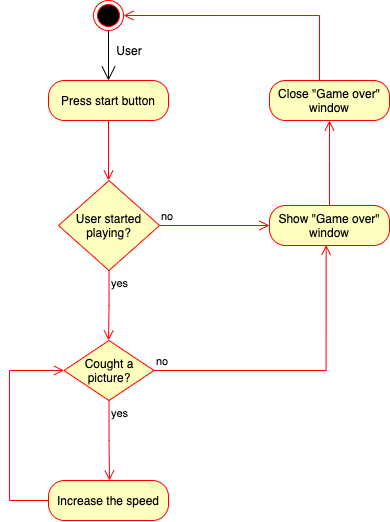
HeliHaavisto/diagrams keeps this draw.io diagram as Activity.png. Above is the earlier version. Source tidied: cells renumbered, new cells last; positions are measured from the earlier drawing's top-left corner, leaving out a move shared by most shapes.
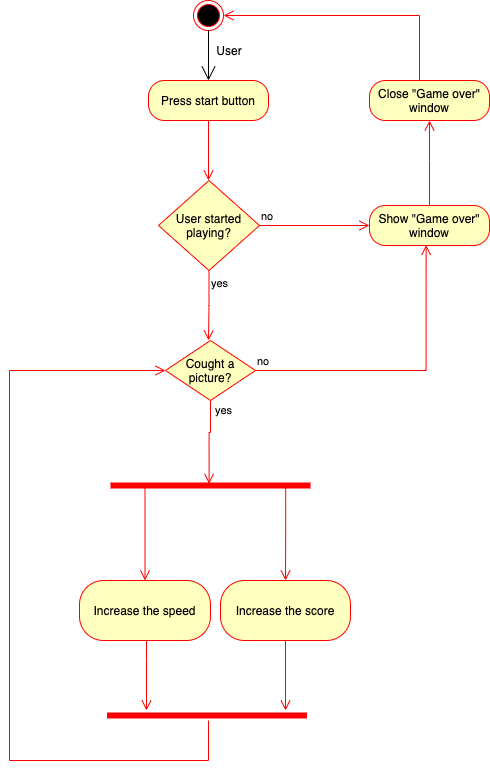
After the commit.

Commit message:
Added increase score into Activity.png

What changed in the source:
```diff
@@ -52,7 +52,7 @@
       </mxGeometry>
     </mxCell>
     <mxCell id="14" value="Cought a picture?" style="rhombus;whiteSpace=wrap;html=1;fillColor=#ffffc0;strokeColor=#ff0000;" parent="1" vertex="1">
-      <mxGeometry x="54.5" y="340" width="90" height="60" as="geometry" />
+      <mxGeometry x="56" y="340" width="90" height="60" as="geometry" />
     </mxCell>
     <mxCell id="15" value="no" style="edgeStyle=orthogonalEdgeStyle;html=1;align=left;verticalAlign=bottom;endArrow=open;endSize=8;strokeColor=#ff0000;rounded=0;entryX=0.472;entryY=0.986;entryDx=0;entryDy=0;entryPerimeter=0;" parent="1" edge="1" source="14" target="10">
       <mxGeometry x="-1" relative="1" as="geometry">
@@ -61,21 +61,65 @@
         </Array>
       </mxGeometry>
     </mxCell>
+    <mxCell id="17" value="Increase the speed" style="rounded=1;whiteSpace=wrap;html=1;arcSize=40;fontColor=#000000;fillColor=#ffffc0;strokeColor=#ff0000;" parent="1" vertex="1">
+      <mxGeometry x="-30" y="580" width="131" height="60" as="geometry" />
+    </mxCell>
+    <mxCell id="19" value="Increase the score" style="rounded=1;whiteSpace=wrap;html=1;arcSize=40;fontColor=#000000;fillColor=#ffffc0;strokeColor=#ff0000;" parent="1" vertex="1">
+      <mxGeometry x="111" y="580" width="130" height="60" as="geometry" />
+    </mxCell>
+    <mxCell id="20" style="shape=line;html=1;strokeWidth=6;strokeColor=#ff0000;" parent="1" vertex="1">
+      <mxGeometry x="1" y="480" width="200" height="10" as="geometry" />
+    </mxCell>
+    <mxCell id="21" style="edgeStyle=orthogonalEdgeStyle;html=1;verticalAlign=bottom;endArrow=open;endSize=8;strokeColor=#ff0000;rounded=0;entryX=0.5;entryY=0;entryDx=0;entryDy=0;exitX=0.876;exitY=0.483;exitDx=0;exitDy=0;exitPerimeter=0;" parent="1" edge="1" source="20" target="19">
+      <mxGeometry relative="1" as="geometry" />
+    </mxCell>
+    <mxCell id="22" style="edgeStyle=orthogonalEdgeStyle;html=1;verticalAlign=bottom;endArrow=open;endSize=8;strokeColor=#ff0000;rounded=0;entryX=0.5;entryY=0;entryDx=0;entryDy=0;exitX=0.197;exitY=0.414;exitDx=0;exitDy=0;exitPerimeter=0;" parent="1" edge="1" source="20">
+      <mxGeometry relative="1" as="geometry">
+        <mxPoint x="35.5" y="580" as="targetPoint" />
+        <Array as="points">
+          <mxPoint x="35" y="484" />
+        </Array>
+      </mxGeometry>
+    </mxCell>
+    <mxCell id="23" style="shape=line;html=1;strokeWidth=6;strokeColor=#ff0000;" parent="1" vertex="1">
+      <mxGeometry x="-2.5" y="710" width="200" height="10" as="geometry" />
+    </mxCell>
+    <mxCell id="24" style="edgeStyle=orthogonalEdgeStyle;html=1;verticalAlign=bottom;endArrow=open;endSize=8;strokeColor=#ff0000;rounded=0;entryX=0;entryY=0.5;entryDx=0;entryDy=0;" parent="1" edge="1" source="23" target="14">
+      <mxGeometry relative="1" as="geometry">
+        <Array as="points">
+          <mxPoint x="99" y="760" />
+          <mxPoint x="-100" y="760" />
+          <mxPoint x="-100" y="370" />
+        </Array>
+      </mxGeometry>
+    </mxCell>
+    <mxCell id="25" style="edgeStyle=orthogonalEdgeStyle;html=1;verticalAlign=bottom;endArrow=open;endSize=8;strokeColor=#ff0000;rounded=0;exitX=0.5;exitY=1;exitDx=0;exitDy=0;" parent="1" edge="1" source="19">
+      <mxGeometry relative="1" as="geometry">
+        <mxPoint x="176" y="710" as="targetPoint" />
+      </mxGeometry>
+    </mxCell>
+    <mxCell id="26" style="edgeStyle=orthogonalEdgeStyle;html=1;verticalAlign=bottom;endArrow=open;endSize=8;strokeColor=#ff0000;rounded=0;exitX=0.5;exitY=1;exitDx=0;exitDy=0;" parent="1" edge="1">
+      <mxGeometry relative="1" as="geometry">
+        <mxPoint x="37" y="640" as="sourcePoint" />
+        <mxPoint x="37" y="710" as="targetPoint" />
+        <Array as="points">
+          <mxPoint x="37" y="660" />
+          <mxPoint x="37" y="660" />
+        </Array>
+      </mxGeometry>
+    </mxCell>
+    <mxCell id="27" style="edgeStyle=orthogonalEdgeStyle;html=1;verticalAlign=bottom;endArrow=open;endSize=8;strokeColor=#ff0000;rounded=0;entryX=0.493;entryY=0.333;entryDx=0;entryDy=0;exitX=0.5;exitY=1;exitDx=0;exitDy=0;entryPerimeter=0;" parent="1" edge="1" source="14" target="20">
+      <mxGeometry relative="1" as="geometry">
+        <Array as="points">
+          <mxPoint x="101" y="432" />
+          <mxPoint x="100" y="432" />
+        </Array>
+      </mxGeometry>
+    </mxCell>
-    <mxCell id="16" value="yes" style="edgeStyle=orthogonalEdgeStyle;html=1;align=left;verticalAlign=top;endArrow=open;endSize=8;strokeColor=#ff0000;rounded=0;" parent="1" edge="1" source="14">
-      <mxGeometry x="-1" relative="1" as="geometry">
-        <mxPoint x="100" y="480" as="targetPoint" />
+    <mxCell id="16" value="yes" style="edgeLabel;html=1;align=center;verticalAlign=middle;" parent="27" vertex="1">
+      <mxGeometry x="-0.76" relative="1" as="geometry">
+        <mxPoint x="13" as="offset" />
       </mxGeometry>
     </mxCell>
-    <mxCell id="17" value="Increase the speed" style="rounded=1;whiteSpace=wrap;html=1;arcSize=40;fontColor=#000000;fillColor=#ffffc0;strokeColor=#ff0000;" parent="1" vertex="1">
-      <mxGeometry x="39" y="480" width="120" height="40" as="geometry" />
-    </mxCell>
-    <mxCell id="18" style="edgeStyle=orthogonalEdgeStyle;html=1;verticalAlign=bottom;endArrow=open;endSize=8;strokeColor=#ff0000;rounded=0;entryX=0;entryY=0.5;entryDx=0;entryDy=0;" parent="1" edge="1" source="17" target="14">
-      <mxGeometry relative="1" as="geometry">
-        <Array as="points">
-          <mxPoint y="500" />
-          <mxPoint y="370" />
-        </Array>
-      </mxGeometry>
-    </mxCell>
   </root>
 </mxGraphModel>
```
